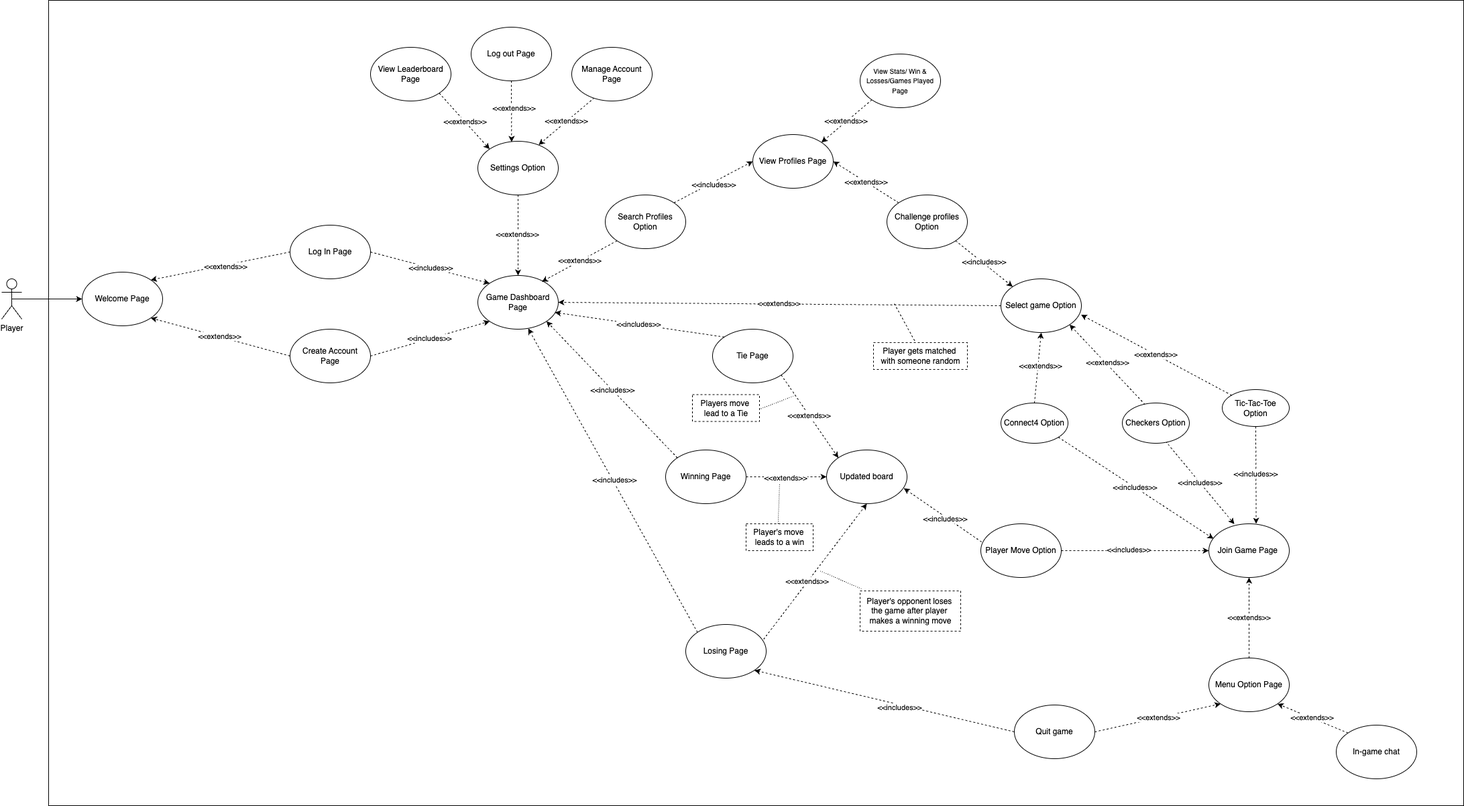
Before: diagramusecase.png, a diagram exported from draw.io (farshadislam/Socketed-Multigame-GUI). Source tidied: cells renumbered, new cells last; positions are measured from the earlier drawing's top-left corner, leaving out a move shared by most shapes.
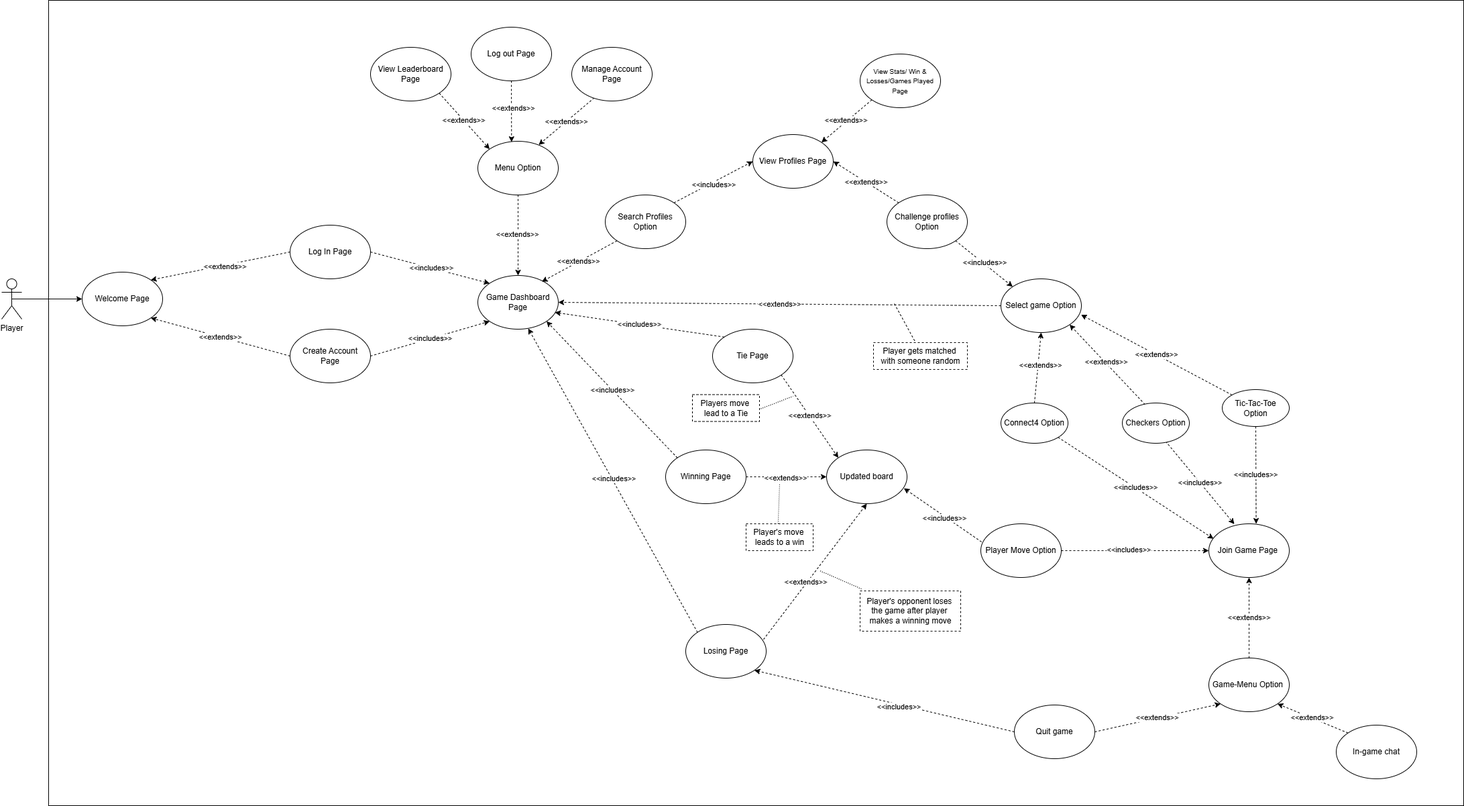
The same diagram one commit later.

Commit message:
use case diagram updated

What changed in the source:
```diff
@@ -228,7 +228,7 @@
     <mxCell id="73" value="&amp;lt;&amp;lt;includes&amp;gt;&amp;gt;" style="edgeLabel;html=1;align=center;verticalAlign=middle;" parent="72" vertex="1">
       <mxGeometry x="-0.05" y="2" relative="1" as="geometry" />
     </mxCell>
-    <mxCell id="74" value="Menu Option Page" style="ellipse;whiteSpace=wrap;html=1;" parent="1" vertex="1">
+    <mxCell id="74" value="Game-Menu Option&amp;nbsp;" style="ellipse;whiteSpace=wrap;html=1;" parent="1" vertex="1">
       <mxGeometry x="1800" y="980" width="120" height="80" as="geometry" />
     </mxCell>
     <mxCell id="75" style="rounded=0;jettySize=auto;html=1;exitX=1;exitY=0.5;exitDx=0;exitDy=0;entryX=0;entryY=0.5;entryDx=0;entryDy=0;dashed=1;" parent="1" edge="1" source="77" target="57">
@@ -249,7 +249,7 @@
     <mxCell id="80" value="&amp;lt;&amp;lt;extends&amp;gt;&amp;gt;" style="edgeLabel;html=1;align=center;verticalAlign=middle;" parent="79" vertex="1">
       <mxGeometry x="-0.06" y="-2" relative="1" as="geometry" />
     </mxCell>
-    <mxCell id="81" value="Settings Option" style="ellipse;whiteSpace=wrap;html=1;" parent="1" vertex="1">
+    <mxCell id="81" value="Menu Option" style="ellipse;whiteSpace=wrap;html=1;" parent="1" vertex="1">
       <mxGeometry x="710" y="210" width="120" height="80" as="geometry" />
     </mxCell>
     <mxCell id="82" style="rounded=0;jettySize=auto;html=1;dashed=1;exitX=0;exitY=1;exitDx=0;exitDy=0;entryX=1;entryY=0;entryDx=0;entryDy=0;" parent="1" edge="1" source="84" target="78">
```
